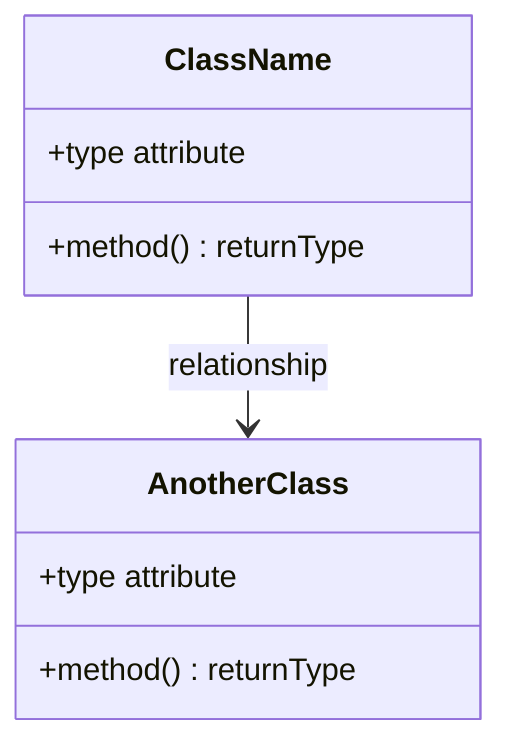
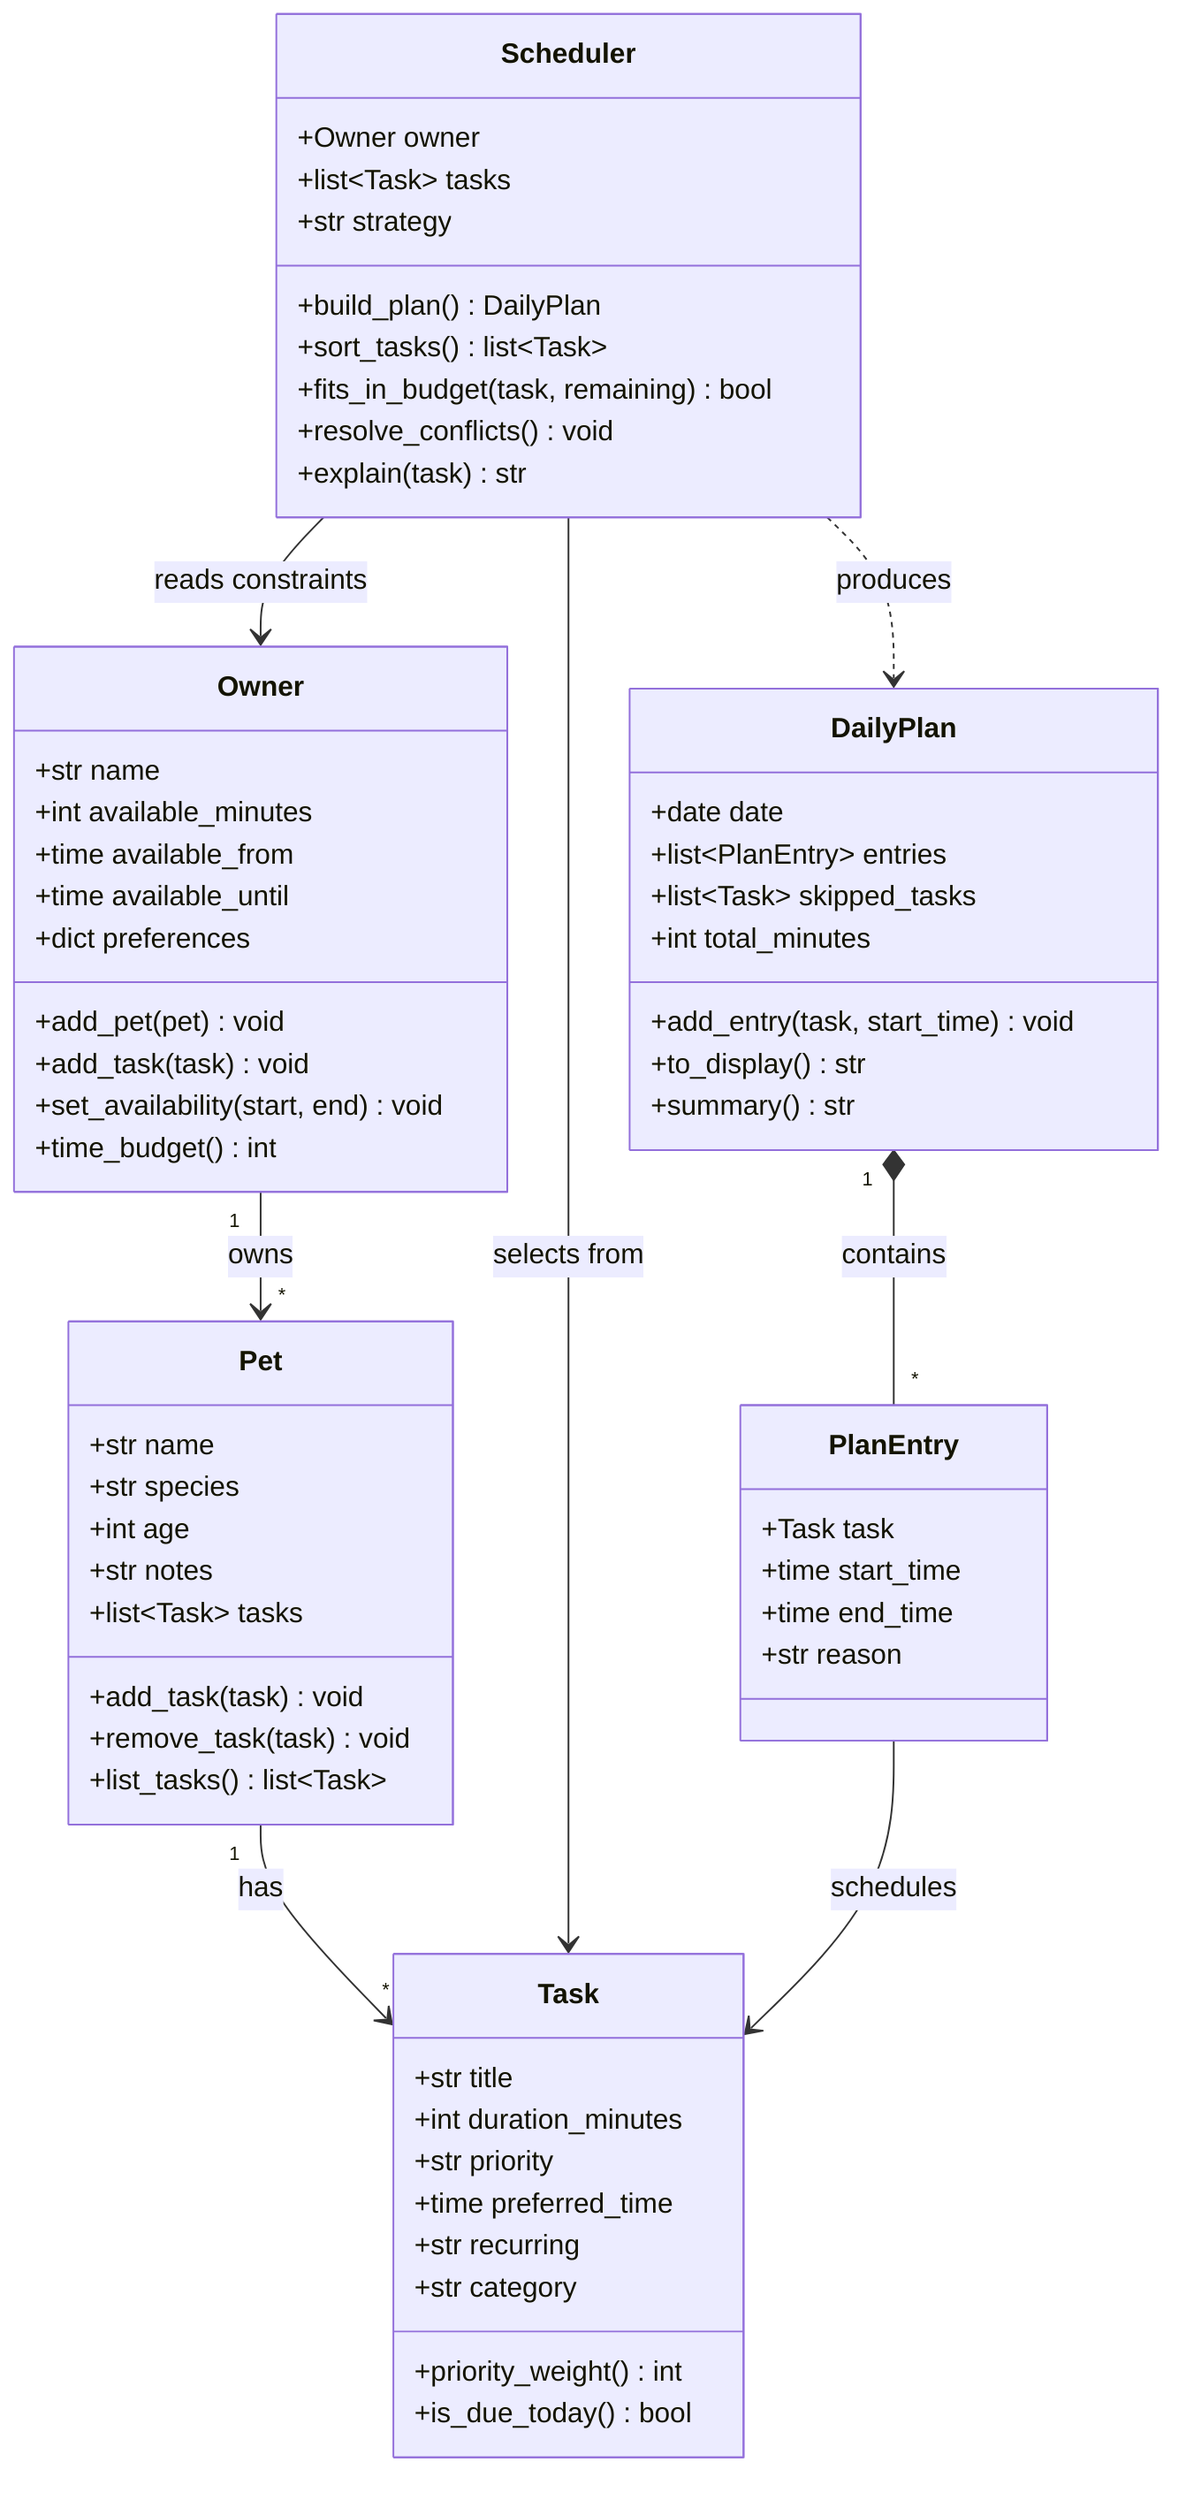
classDiagram
-     %% Replace the placeholders below with your actual classes, attributes, methods, and relationships.
+     %% PawPal+ class diagram — pet care planning assistant.
    %% Keep this file updated so it matches your final implementation.

-     class ClassName {
-         +type attribute
-         +method() returnType
+     class Owner {
+         +str name
+         +int available_minutes
+         +time available_from
+         +time available_until
+         +dict preferences
+         +add_pet(pet) void
+         +add_task(task) void
+         +set_availability(start, end) void
+         +time_budget() int
    }

-     class AnotherClass {
-         +type attribute
-         +method() returnType
+     class Pet {
+         +str name
+         +str species
+         +int age
+         +str notes
+         +list~Task~ tasks
+         +add_task(task) void
+         +remove_task(task) void
+         +list_tasks() list~Task~
    }

-     ClassName --> AnotherClass : relationship
+     class Task {
+         +str title
+         +int duration_minutes
+         +str priority
+         +time preferred_time
+         +str recurring
+         +str category
+         +priority_weight() int
+         +is_due_today() bool
+     }
+ 
+     class Scheduler {
+         +Owner owner
+         +list~Task~ tasks
+         +str strategy
+         +build_plan() DailyPlan
+         +sort_tasks() list~Task~
+         +fits_in_budget(task, remaining) bool
+         +resolve_conflicts() void
+         +explain(task) str
+     }
+ 
+     class DailyPlan {
+         +date date
+         +list~PlanEntry~ entries
+         +list~Task~ skipped_tasks
+         +int total_minutes
+         +add_entry(task, start_time) void
+         +to_display() str
+         +summary() str
+     }
+ 
+     class PlanEntry {
+         +Task task
+         +time start_time
+         +time end_time
+         +str reason
+     }
+ 
+     Owner "1" --> "*" Pet : owns
+     Pet "1" --> "*" Task : has
+     Scheduler --> Owner : reads constraints
+     Scheduler --> Task : selects from
+     Scheduler ..> DailyPlan : produces
+     DailyPlan "1" *-- "*" PlanEntry : contains
+     PlanEntry --> Task : schedules
